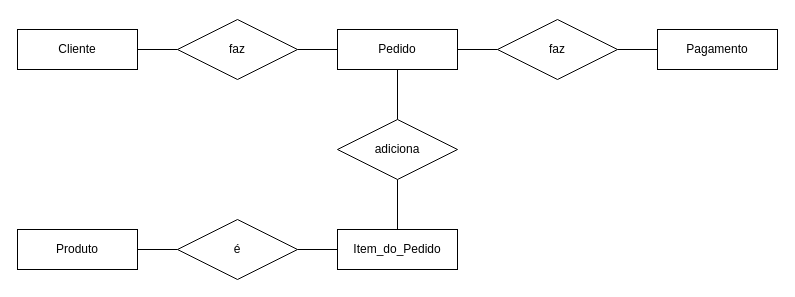
Above: page "TechMarket" (3 of 4) of Banco de dados/TechMarket.drawio in raphaelz3/ProjetoEComerceSenai (draw.io), before the change. Source tidied: cells renumbered, new cells numbered last; positions are measured from the earlier drawing's top-left corner, leaving out a move shared by most shapes. Both pictures are drawn from the tidied source at 100%, with x=0, y=0 at pixel (17, 19).
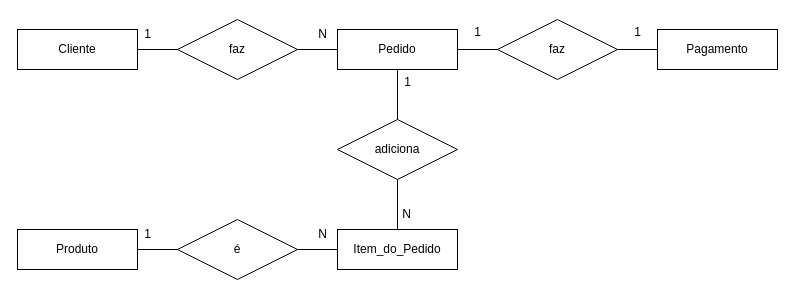
After the change.

Diff of the diagram source:
```diff
@@
+    <mxCell id="19" value="N" style="text;html=1;align=center;verticalAlign=middle;strokeColor=none;fillColor=none;" parent="1" vertex="1">
+      <mxGeometry x="290" width="30" height="30" as="geometry" />
+    </mxCell>
+    <mxCell id="20" value="1" style="text;html=1;align=center;verticalAlign=middle;strokeColor=none;fillColor=none;" parent="1" vertex="1">
+      <mxGeometry x="115" width="30" height="30" as="geometry" />
+    </mxCell>
+    <mxCell id="21" value="1" style="text;html=1;align=center;verticalAlign=middle;strokeColor=none;fillColor=none;" parent="1" vertex="1">
+      <mxGeometry x="445" y="-2" width="30" height="30" as="geometry" />
+    </mxCell>
+    <mxCell id="22" value="1" style="text;html=1;align=center;verticalAlign=middle;strokeColor=none;fillColor=none;" parent="1" vertex="1">
+      <mxGeometry x="605" y="-2" width="30" height="30" as="geometry" />
+    </mxCell>
+    <mxCell id="23" value="N" style="text;html=1;align=center;verticalAlign=middle;strokeColor=none;fillColor=none;" parent="1" vertex="1">
+      <mxGeometry x="374" y="180" width="30" height="30" as="geometry" />
+    </mxCell>
+    <mxCell id="24" value="1" style="text;html=1;align=center;verticalAlign=middle;strokeColor=none;fillColor=none;" parent="1" vertex="1">
+      <mxGeometry x="375" y="48" width="30" height="30" as="geometry" />
+    </mxCell>
+    <mxCell id="25" value="N" style="text;html=1;align=center;verticalAlign=middle;strokeColor=none;fillColor=none;" parent="1" vertex="1">
+      <mxGeometry x="290" y="200" width="30" height="30" as="geometry" />
+    </mxCell>
+    <mxCell id="26" value="1" style="text;html=1;align=center;verticalAlign=middle;strokeColor=none;fillColor=none;" parent="1" vertex="1">
+      <mxGeometry x="115" y="200" width="30" height="30" as="geometry" />
+    </mxCell>
```
